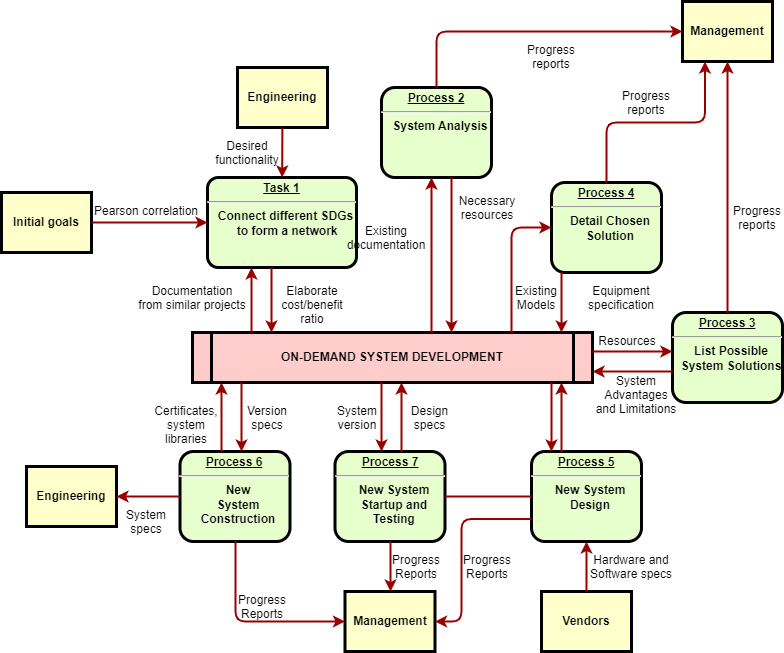
Earlier version of the draw.io export 未命名绘图.drawio.png (JYbrucEupup/zip). Source tidied: cells renumbered, new cells last; positions are measured from the earlier drawing's top-left corner, leaving out a move shared by most shapes.
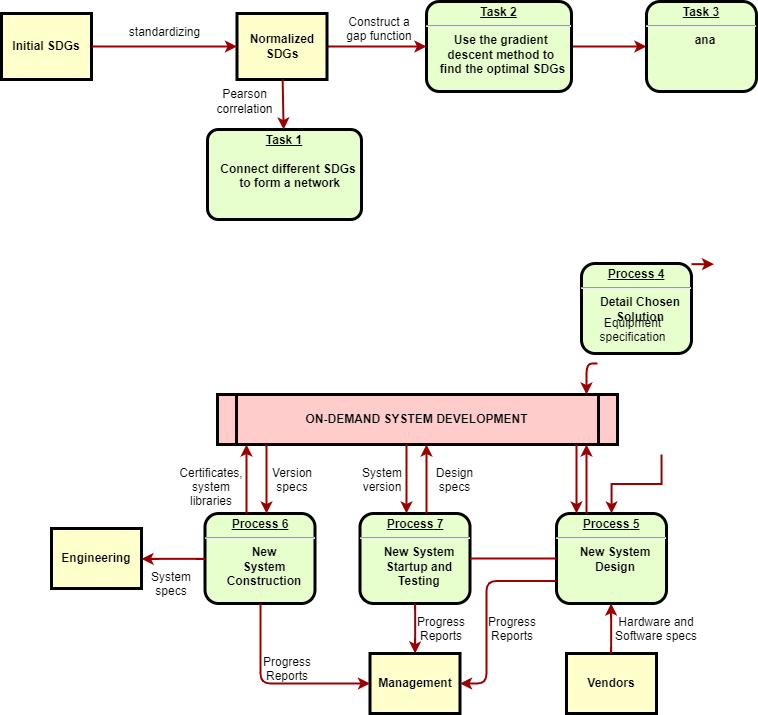
The same file after the commit.

Commit message:
更新未命名绘图.drawio.png

Change to the diagram source:
```diff
@@ -2,26 +2,32 @@
   <root>
     <mxCell id="0" />
     <mxCell id="1" parent="0" />
-    <mxCell id="2" value="&lt;p style=&quot;margin: 4px 0px 0px; text-decoration: underline;&quot;&gt;&lt;strong&gt;Task 1&lt;br&gt;&lt;/strong&gt;&lt;/p&gt;&lt;hr style=&quot;&quot;&gt;&lt;p style=&quot;margin: 0px 0px 0px 8px;&quot;&gt;Connect different&amp;nbsp;&lt;span style=&quot;background-color: initial;&quot;&gt;SDGs&lt;/span&gt;&lt;/p&gt;&lt;p style=&quot;margin: 0px 0px 0px 8px;&quot;&gt;&lt;span style=&quot;background-color: initial;&quot;&gt;&amp;nbsp;to form a network&lt;/span&gt;&lt;/p&gt;" style="verticalAlign=middle;align=center;overflow=fill;fontSize=12;fontFamily=Helvetica;html=1;rounded=1;fontStyle=1;strokeWidth=3;fillColor=#E6FFCC;arcSize=12;" parent="1" vertex="1">
-      <mxGeometry x="206" y="176" width="149" height="90" as="geometry" />
+    <mxCell id="2" value="&lt;p style=&quot;margin: 4px 0px 0px; text-decoration: underline;&quot;&gt;&lt;strong&gt;Task 1&lt;br&gt;&lt;/strong&gt;&lt;/p&gt;&lt;p style=&quot;margin: 0px 0px 0px 8px;&quot;&gt;&lt;br&gt;&lt;/p&gt;&lt;p style=&quot;margin: 0px 0px 0px 8px;&quot;&gt;Connect different&amp;nbsp;&lt;span style=&quot;background-color: initial;&quot;&gt;SDGs&lt;/span&gt;&lt;/p&gt;&lt;p style=&quot;margin: 0px 0px 0px 8px;&quot;&gt;&lt;span style=&quot;background-color: initial;&quot;&gt;&amp;nbsp;to form a network&lt;/span&gt;&lt;/p&gt;" style="verticalAlign=middle;align=center;overflow=fill;fontSize=12;fontFamily=Helvetica;html=1;rounded=1;fontStyle=1;strokeWidth=3;fillColor=#E6FFCC;arcSize=12;strokeColor=default;" parent="1" vertex="1">
+      <mxGeometry x="181" y="66" width="154" height="90" as="geometry" />
     </mxCell>
+    <mxCell id="63" style="edgeStyle=orthogonalEdgeStyle;rounded=0;jettySize=auto;html=1;strokeWidth=2;strokeColor=#990000;" parent="1" edge="1" source="3" target="6">
+      <mxGeometry relative="1" as="geometry" />
+    </mxCell>
-    <mxCell id="3" value="Engineering" style="whiteSpace=wrap;align=center;verticalAlign=middle;fontStyle=1;strokeWidth=3;fillColor=#FFFFCC;" parent="1" vertex="1">
-      <mxGeometry x="236" y="66" width="90" height="60" as="geometry" />
+    <mxCell id="3" value="Normalized SDGs" style="whiteSpace=wrap;align=center;verticalAlign=middle;fontStyle=1;strokeWidth=3;fillColor=#FFFFCC;horizontal=1;strokeColor=default;" parent="1" vertex="1">
+      <mxGeometry x="210.5" y="-50" width="90" height="66" as="geometry" />
     </mxCell>
-    <mxCell id="4" value="Initial goals" style="whiteSpace=wrap;align=center;verticalAlign=middle;fontStyle=1;strokeWidth=3;fillColor=#FFFFCC;" parent="1" vertex="1">
-      <mxGeometry y="191" width="90" height="60" as="geometry" />
+    <mxCell id="4" value="Initial SDGs" style="whiteSpace=wrap;align=center;verticalAlign=middle;fontStyle=1;strokeWidth=3;fillColor=#FFFFCC;" parent="1" vertex="1">
+      <mxGeometry x="-25" y="-50" width="90" height="66" as="geometry" />
     </mxCell>
     <mxCell id="5" value="ON-DEMAND SYSTEM DEVELOPMENT" style="shape=process;whiteSpace=wrap;align=center;verticalAlign=middle;size=0.0475;fontStyle=1;strokeWidth=3;fillColor=#FFCCCC;" parent="1" vertex="1">
       <mxGeometry x="191" y="331" width="400" height="50" as="geometry" />
     </mxCell>
+    <mxCell id="64" style="edgeStyle=orthogonalEdgeStyle;rounded=0;jettySize=auto;html=1;exitX=1;exitY=0.5;exitDx=0;exitDy=0;entryX=0;entryY=0.5;entryDx=0;entryDy=0;strokeColor=#990000;strokeWidth=2;" parent="1" edge="1" source="6" target="7">
+      <mxGeometry relative="1" as="geometry" />
+    </mxCell>
-    <mxCell id="6" value="&lt;p style=&quot;margin: 0px; margin-top: 4px; text-align: center; text-decoration: underline;&quot;&gt;&lt;strong&gt;Process 2&lt;br /&gt;&lt;/strong&gt;&lt;/p&gt;&lt;hr /&gt;&lt;p style=&quot;margin: 0px; margin-left: 8px;&quot;&gt;System Analysis&lt;/p&gt;" style="verticalAlign=middle;align=center;overflow=fill;fontSize=12;fontFamily=Helvetica;html=1;rounded=1;fontStyle=1;strokeWidth=3;fillColor=#E6FFCC;" parent="1" vertex="1">
-      <mxGeometry x="380" y="86" width="110" height="90" as="geometry" />
+    <mxCell id="6" value="&lt;p style=&quot;margin: 0px; margin-top: 4px; text-align: center; text-decoration: underline;&quot;&gt;&lt;strong&gt;Task 2&lt;br&gt;&lt;/strong&gt;&lt;/p&gt;&lt;hr&gt;&lt;p style=&quot;margin: 0px; margin-left: 8px;&quot;&gt;Use the gradient&amp;nbsp;&lt;/p&gt;&lt;p style=&quot;margin: 0px; margin-left: 8px;&quot;&gt;descent&lt;span style=&quot;background-color: initial;&quot;&gt;&amp;nbsp;method to&amp;nbsp;&lt;/span&gt;&lt;/p&gt;&lt;p style=&quot;margin: 0px; margin-left: 8px;&quot;&gt;&lt;span style=&quot;background-color: initial;&quot;&gt;find&amp;nbsp;&lt;/span&gt;&lt;span style=&quot;background-color: initial;&quot;&gt;the optimal SDGs&lt;/span&gt;&lt;/p&gt;" style="verticalAlign=middle;align=center;overflow=fill;fontSize=12;fontFamily=Helvetica;html=1;rounded=1;fontStyle=1;strokeWidth=3;fillColor=#E6FFCC;arcSize=14;" parent="1" vertex="1">
+      <mxGeometry x="400" y="-62" width="145" height="90" as="geometry" />
     </mxCell>
-    <mxCell id="7" value="&lt;p style=&quot;margin: 0px; margin-top: 4px; text-align: center; text-decoration: underline;&quot;&gt;&lt;strong&gt;&lt;strong&gt;Process&lt;/strong&gt; 3&lt;br /&gt;&lt;/strong&gt;&lt;/p&gt;&lt;hr /&gt;&lt;p style=&quot;margin: 0px; margin-left: 8px;&quot;&gt;List Possible&lt;/p&gt;&lt;p style=&quot;margin: 0px; margin-left: 8px;&quot;&gt;System Solutions&lt;/p&gt;" style="verticalAlign=middle;align=center;overflow=fill;fontSize=12;fontFamily=Helvetica;html=1;rounded=1;fontStyle=1;strokeWidth=3;fillColor=#E6FFCC;" parent="1" vertex="1">
-      <mxGeometry x="671" y="311" width="110" height="90" as="geometry" />
+    <mxCell id="7" value="&lt;p style=&quot;margin: 4px 0px 0px; text-align: center;&quot;&gt;&lt;strong style=&quot;&quot;&gt;&lt;u&gt;&lt;strong style=&quot;&quot;&gt;Task&lt;/strong&gt; 3&lt;/u&gt;&lt;br&gt;&lt;/strong&gt;&lt;/p&gt;&lt;hr&gt;&lt;p style=&quot;margin: 0px; margin-left: 8px;&quot;&gt;ana&lt;/p&gt;" style="verticalAlign=middle;align=center;overflow=fill;fontSize=12;fontFamily=Helvetica;html=1;rounded=1;fontStyle=1;strokeWidth=3;fillColor=#E6FFCC;" parent="1" vertex="1">
+      <mxGeometry x="620" y="-62" width="110" height="90" as="geometry" />
     </mxCell>
     <mxCell id="8" value="&lt;p style=&quot;margin: 0px; margin-top: 4px; text-align: center; text-decoration: underline;&quot;&gt;&lt;strong&gt;&lt;strong&gt;Process&lt;/strong&gt; 4&lt;br /&gt;&lt;/strong&gt;&lt;/p&gt;&lt;hr /&gt;&lt;p style=&quot;margin: 0px; margin-left: 8px;&quot;&gt;Detail Chosen&lt;/p&gt;&lt;p style=&quot;margin: 0px; margin-left: 8px;&quot;&gt;Solution&lt;/p&gt;" style="verticalAlign=middle;align=center;overflow=fill;fontSize=12;fontFamily=Helvetica;html=1;rounded=1;fontStyle=1;strokeWidth=3;fillColor=#E6FFCC;" parent="1" vertex="1">
-      <mxGeometry x="550" y="181" width="110" height="90" as="geometry" />
+      <mxGeometry x="555" y="200" width="110" height="90" as="geometry" />
     </mxCell>
     <mxCell id="9" value="&lt;p style=&quot;margin: 0px; margin-top: 4px; text-align: center; text-decoration: underline;&quot;&gt;&lt;strong&gt;&lt;strong&gt;Process&lt;/strong&gt; 5&lt;br /&gt;&lt;/strong&gt;&lt;/p&gt;&lt;hr /&gt;&lt;p style=&quot;margin: 0px; margin-left: 8px;&quot;&gt;New System&lt;/p&gt;&lt;p style=&quot;margin: 0px; margin-left: 8px;&quot;&gt;Design&lt;/p&gt;" style="verticalAlign=middle;align=center;overflow=fill;fontSize=12;fontFamily=Helvetica;html=1;rounded=1;fontStyle=1;strokeWidth=3;fillColor=#E6FFCC;" parent="1" vertex="1">
       <mxGeometry x="530" y="450" width="110" height="90" as="geometry" />
@@ -29,9 +35,6 @@
     <mxCell id="10" value="&lt;p style=&quot;margin: 0px; margin-top: 4px; text-align: center; text-decoration: underline;&quot;&gt;&lt;strong&gt;&lt;strong&gt;Process&lt;/strong&gt; 6&lt;br /&gt;&lt;/strong&gt;&lt;/p&gt;&lt;hr /&gt;&lt;p style=&quot;margin: 0px; margin-left: 8px;&quot;&gt;New&lt;/p&gt;&lt;p style=&quot;margin: 0px; margin-left: 8px;&quot;&gt;System&lt;/p&gt;&lt;p style=&quot;margin: 0px; margin-left: 8px;&quot;&gt;Construction&lt;/p&gt;" style="verticalAlign=middle;align=center;overflow=fill;fontSize=12;fontFamily=Helvetica;html=1;rounded=1;fontStyle=1;strokeWidth=3;fillColor=#E6FFCC;" parent="1" vertex="1">
       <mxGeometry x="178.5" y="450" width="110" height="90" as="geometry" />
     </mxCell>
-    <mxCell id="11" value="Management" style="whiteSpace=wrap;align=center;verticalAlign=middle;fontStyle=1;strokeWidth=3;fillColor=#FFFFCC;" parent="1" vertex="1">
-      <mxGeometry x="681" width="90" height="60" as="geometry" />
-    </mxCell>
     <mxCell id="12" value="Management" style="whiteSpace=wrap;align=center;verticalAlign=middle;fontStyle=1;strokeWidth=3;fillColor=#FFFFCC;" parent="1" vertex="1">
       <mxGeometry x="343.5" y="590" width="90" height="60" as="geometry" />
     </mxCell>
@@ -44,7 +47,7 @@
     <mxCell id="15" style="edgeStyle=none;noEdgeStyle=1;strokeColor=#990000;strokeWidth=2;" parent="1" edge="1" source="3" target="2">
       <mxGeometry relative="1" as="geometry" />
     </mxCell>
-    <mxCell id="16" style="edgeStyle=none;noEdgeStyle=1;strokeColor=#990000;strokeWidth=2;" parent="1" edge="1" source="4" target="2">
+    <mxCell id="16" style="edgeStyle=none;noEdgeStyle=1;strokeColor=#990000;strokeWidth=2;entryX=0;entryY=0.5;entryDx=0;entryDy=0;" parent="1" edge="1" source="4" target="3">
       <mxGeometry relative="1" as="geometry" />
     </mxCell>
     <mxCell id="17" value="&lt;p style=&quot;margin: 0px; margin-top: 4px; text-align: center; text-decoration: underline;&quot;&gt;&lt;strong&gt;&lt;strong&gt;Process&lt;/strong&gt; 7&lt;br /&gt;&lt;/strong&gt;&lt;/p&gt;&lt;hr /&gt;&lt;p style=&quot;margin: 0px; margin-left: 8px;&quot;&gt;New System&lt;/p&gt;&lt;p style=&quot;margin: 0px; margin-left: 8px;&quot;&gt;Startup and&lt;/p&gt;&lt;p style=&quot;margin: 0px; margin-left: 8px;&quot;&gt;Testing&lt;/p&gt;" style="verticalAlign=middle;align=center;overflow=fill;fontSize=12;fontFamily=Helvetica;html=1;rounded=1;fontStyle=1;strokeWidth=3;fillColor=#E6FFCC;" parent="1" vertex="1">
@@ -53,114 +56,33 @@
     <mxCell id="18" style="endArrow=none;noEdgeStyle=1;strokeColor=#990000;strokeWidth=2;" parent="1" edge="1" source="9" target="17">
       <mxGeometry relative="1" as="geometry" />
     </mxCell>
-    <mxCell id="19" value="Pearson correlation" style="text;spacingTop=-5;align=center;" parent="1" vertex="1">
-      <mxGeometry x="130" y="201" width="30" height="20" as="geometry" />
+    <mxCell id="19" value="standardizing" style="text;spacingTop=-5;align=center;" parent="1" vertex="1">
+      <mxGeometry x="123.5" y="-40" width="30" height="20" as="geometry" />
     </mxCell>
-    <mxCell id="20" value="Desired &#10;functionality" style="text;spacingTop=-5;align=center;" parent="1" vertex="1">
-      <mxGeometry x="231" y="136" width="30" height="20" as="geometry" />
-    </mxCell>
-    <mxCell id="21" value="Documentation&#10;from similar projects" style="text;spacingTop=-5;align=center;" parent="1" vertex="1">
-      <mxGeometry x="176" y="281" width="30" height="20" as="geometry" />
-    </mxCell>
-    <mxCell id="22" style="edgeStyle=elbowEdgeStyle;elbow=horizontal;strokeColor=#990000;strokeWidth=2;" parent="1" edge="1" source="5" target="2">
-      <mxGeometry relative="1" as="geometry">
-        <Array as="points">
-          <mxPoint x="250" y="310" />
-        </Array>
-      </mxGeometry>
-    </mxCell>
-    <mxCell id="23" style="edgeStyle=elbowEdgeStyle;elbow=horizontal;strokeColor=#990000;strokeWidth=2;" parent="1" edge="1" source="2" target="5">
-      <mxGeometry relative="1" as="geometry">
-        <Array as="points">
-          <mxPoint x="270" y="300" />
-        </Array>
-      </mxGeometry>
-    </mxCell>
-    <mxCell id="24" value="Elaborate&#10;cost/benefit&#10;ratio" style="text;spacingTop=-5;align=center;" parent="1" vertex="1">
-      <mxGeometry x="296" y="281" width="30" height="20" as="geometry" />
-    </mxCell>
-    <mxCell id="25" style="edgeStyle=elbowEdgeStyle;elbow=horizontal;strokeColor=#990000;strokeWidth=2;" parent="1" edge="1" source="5" target="6">
-      <mxGeometry relative="1" as="geometry">
-        <Array as="points">
-          <mxPoint x="430" y="250" />
-        </Array>
-      </mxGeometry>
-    </mxCell>
-    <mxCell id="26" style="edgeStyle=elbowEdgeStyle;elbow=horizontal;strokeColor=#990000;strokeWidth=2;" parent="1" edge="1" source="6" target="5">
-      <mxGeometry relative="1" as="geometry">
-        <Array as="points">
-          <mxPoint x="450" y="260" />
-        </Array>
-      </mxGeometry>
-    </mxCell>
-    <mxCell id="27" value="Existing&#10;documentation" style="text;spacingTop=-5;align=center;" parent="1" vertex="1">
-      <mxGeometry x="370" y="221" width="30" height="20" as="geometry" />
-    </mxCell>
-    <mxCell id="28" value="Necessary&#10;resources" style="text;spacingTop=-5;align=center;" parent="1" vertex="1">
-      <mxGeometry x="471" y="191" width="30" height="20" as="geometry" />
+    <mxCell id="28" value="Construct a &#10;gap function" style="text;spacingTop=-5;align=center;" parent="1" vertex="1">
+      <mxGeometry x="308.5" y="-50" width="89" height="49" as="geometry" />
     </mxCell>
-    <mxCell id="29" value="Progress&#10;reports" style="text;spacingTop=-5;align=center;" parent="1" vertex="1">
-      <mxGeometry x="535" y="40" width="30" height="20" as="geometry" />
-    </mxCell>
-    <mxCell id="30" value="Progress&#10;reports" style="text;spacingTop=-5;align=center;" parent="1" vertex="1">
-      <mxGeometry x="630" y="86" width="30" height="20" as="geometry" />
-    </mxCell>
-    <mxCell id="31" value="Progress&#10;reports" style="text;spacingTop=-5;align=center;" parent="1" vertex="1">
-      <mxGeometry x="741" y="201" width="30" height="20" as="geometry" />
-    </mxCell>
-    <mxCell id="32" style="edgeStyle=elbowEdgeStyle;elbow=horizontal;strokeColor=#990000;strokeWidth=2;" parent="1" edge="1" source="6" target="11">
-      <mxGeometry relative="1" as="geometry">
-        <Array as="points">
-          <mxPoint x="435" y="80" />
-        </Array>
-      </mxGeometry>
-    </mxCell>
-    <mxCell id="33" style="edgeStyle=elbowEdgeStyle;elbow=vertical;entryX=0.25;entryY=1;strokeColor=#990000;strokeWidth=2;" parent="1" edge="1" source="8" target="11">
-      <mxGeometry relative="1" as="geometry" />
+    <mxCell id="33" style="edgeStyle=elbowEdgeStyle;elbow=vertical;entryX=0.25;entryY=1;strokeColor=#990000;strokeWidth=2;" parent="1" edge="1" source="8">
+      <mxGeometry relative="1" as="geometry">
+        <mxPoint x="687.5" y="200" as="targetPoint" />
+      </mxGeometry>
     </mxCell>
-    <mxCell id="34" style="edgeStyle=elbowEdgeStyle;elbow=horizontal;strokeColor=#990000;strokeWidth=2;" parent="1" edge="1" source="7" target="11">
-      <mxGeometry relative="1" as="geometry" />
-    </mxCell>
-    <mxCell id="35" style="edgeStyle=elbowEdgeStyle;elbow=horizontal;strokeColor=#990000;strokeWidth=2;" parent="1" edge="1" source="8" target="5">
+    <mxCell id="35" style="edgeStyle=elbowEdgeStyle;elbow=horizontal;strokeColor=#990000;strokeWidth=2;" parent="1" edge="1" target="5">
       <mxGeometry relative="1" as="geometry">
+        <mxPoint x="571" y="300" as="sourcePoint" />
         <Array as="points">
           <mxPoint x="560" y="300" />
         </Array>
       </mxGeometry>
     </mxCell>
-    <mxCell id="36" style="edgeStyle=segmentEdgeStyle;strokeColor=#990000;strokeWidth=2;" parent="1" edge="1" source="5" target="8">
-      <mxGeometry relative="1" as="geometry">
-        <Array as="points">
-          <mxPoint x="510" y="226" />
-        </Array>
-      </mxGeometry>
-    </mxCell>
-    <mxCell id="37" value="Existing&#10;Models" style="text;spacingTop=-5;align=center;" parent="1" vertex="1">
-      <mxGeometry x="520" y="281" width="30" height="20" as="geometry" />
-    </mxCell>
     <mxCell id="38" value="Equipment&#10;specification" style="text;spacingTop=-5;align=center;" parent="1" vertex="1">
-      <mxGeometry x="605" y="281" width="30" height="20" as="geometry" />
+      <mxGeometry x="589" y="251" width="35" height="20" as="geometry" />
     </mxCell>
-    <mxCell id="39" style="edgeStyle=elbowEdgeStyle;elbow=vertical;strokeColor=#990000;strokeWidth=2;" parent="1" edge="1" source="5" target="7">
-      <mxGeometry relative="1" as="geometry">
-        <Array as="points">
-          <mxPoint x="640" y="350" />
-        </Array>
-      </mxGeometry>
-    </mxCell>
-    <mxCell id="40" style="edgeStyle=elbowEdgeStyle;elbow=vertical;strokeColor=#990000;strokeWidth=2;" parent="1" edge="1" source="7" target="5">
-      <mxGeometry relative="1" as="geometry">
-        <Array as="points">
-          <mxPoint x="640" y="370" />
-        </Array>
-      </mxGeometry>
-    </mxCell>
-    <mxCell id="41" value="Resources" style="text;spacingTop=-5;align=center;" parent="1" vertex="1">
-      <mxGeometry x="611" y="331" width="30" height="20" as="geometry" />
-    </mxCell>
-    <mxCell id="42" value="System &#10;Advantages &#10;and Limitations" style="text;spacingTop=-5;align=center;" parent="1" vertex="1">
-      <mxGeometry x="620" y="371" width="30" height="20" as="geometry" />
-    </mxCell>
+    <mxCell id="65" style="edgeStyle=orthogonalEdgeStyle;rounded=0;jettySize=auto;html=1;strokeColor=#990000;strokeWidth=2;" parent="1" edge="1" target="9">
+      <mxGeometry relative="1" as="geometry">
+        <mxPoint x="635" y="391" as="sourcePoint" />
+      </mxGeometry>
+    </mxCell>
     <mxCell id="43" style="edgeStyle=elbowEdgeStyle;elbow=horizontal;strokeColor=#990000;strokeWidth=2;" parent="1" edge="1" source="9" target="5">
       <mxGeometry relative="1" as="geometry">
         <Array as="points">
@@ -253,5 +175,8 @@
     <mxCell id="62" value="System&#10;version" style="text;spacingTop=-5;align=center;" parent="1" vertex="1">
       <mxGeometry x="341" y="401" width="30" height="20" as="geometry" />
     </mxCell>
+    <mxCell id="66" value="Pearson correlation" style="whiteSpace=wrap;html=1;fillColor=none;strokeColor=none;" parent="1" vertex="1">
+      <mxGeometry x="184.5" y="20" width="66.5" height="36" as="geometry" />
+    </mxCell>
   </root>
 </mxGraphModel>
```
